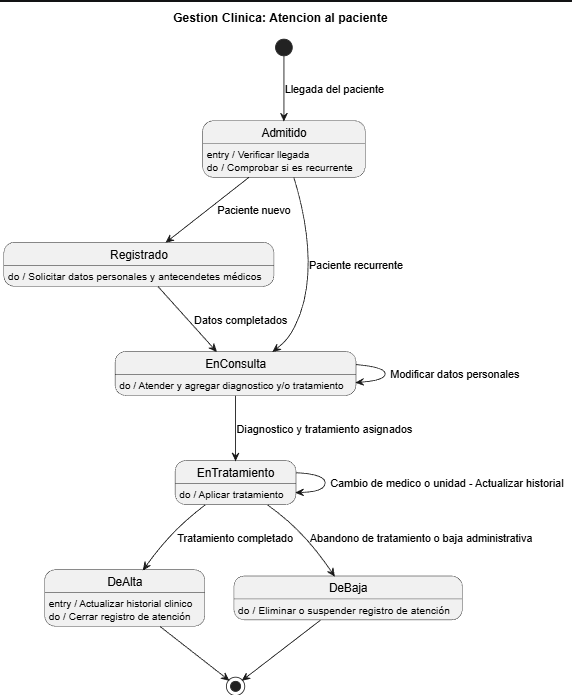
Above: Diagramas/Diagrama de estados/Diagrama_estados.png in ATSUSHINICA/Proyecto (PlantUML), before the change. Its source is kept beside it as Diagramas/Diagrama de estados/Diagrama_estados.plantuml.
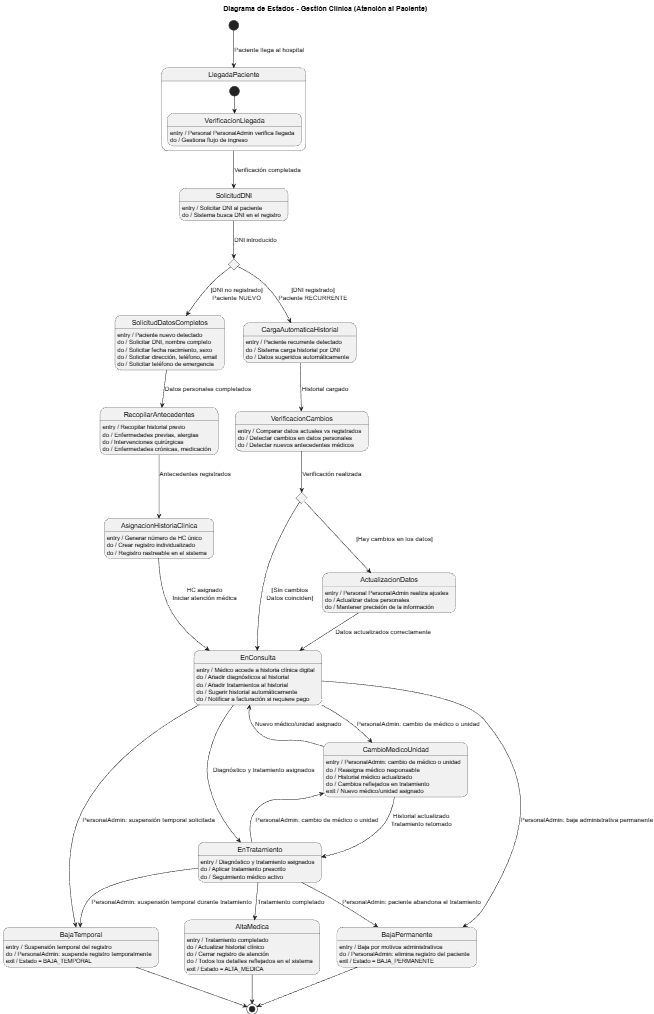
The same file after the commit.

Diff of the diagram source:
```diff
@@ -1,46 +1,173 @@
 @startuml
-title Gestion Clinica: Atencion al paciente
 
-[*] --> Admitido : Llegada del paciente
+title Diagrama de Estados - Gestión Clínica (Atención al Paciente)
 
-state Admitido{
-    Admitido : entry / Verificar llegada
-    Admitido : do / Comprobar si es recurrente
+[*] --> LlegadaPaciente : Paciente llega al hospital
+
+state LlegadaPaciente {
+    [*] --> VerificacionLlegada
+    VerificacionLlegada : entry / Personal PersonalAdmin verifica llegada
+    VerificacionLlegada : do / Gestiona flujo de ingreso
 }
 
-state Registrado{
-    Registrado : do / Solicitar datos personales y antecendetes médicos
+state SolicitudDNI {
+    SolicitudDNI : entry / Solicitar DNI al paciente
+    SolicitudDNI : do / Sistema busca DNI en el registro
 }
 
-state EnConsulta {
-    EnConsulta : do / Atender y agregar diagnostico y/o tratamiento
+LlegadaPaciente --> SolicitudDNI : Verificación completada
+
+state "¿DNI registrado?" as DecisionDNI <<choice>>
+SolicitudDNI --> DecisionDNI : DNI introducido
+
+
+
+state SolicitudDatosCompletos {
+
+    SolicitudDatosCompletos : entry / Paciente nuevo detectado
+    SolicitudDatosCompletos : do / Solicitar DNI, nombre completo
+    SolicitudDatosCompletos : do / Solicitar fecha nacimiento, sexo
+    SolicitudDatosCompletos : do / Solicitar dirección, teléfono, email
+    SolicitudDatosCompletos : do / Solicitar teléfono de emergencia
+
 }
 
-state EnTratamiento {
-    EnTratamiento : do / Aplicar tratamiento
+state RecopilarAntecedentes {
+
+    RecopilarAntecedentes : entry / Recopilar historial previo
+    RecopilarAntecedentes : do / Enfermedades previas, alergias
+    RecopilarAntecedentes : do / Intervenciones quirúrgicas
+    RecopilarAntecedentes : do / Enfermedades crónicas, medicación
+
 }
 
-state DeAlta {
-    DeAlta : entry / Actualizar historial clinico
-    DeAlta : do / Cerrar registro de atención
+state AsignacionHistoriaClinica {
+
+    AsignacionHistoriaClinica : entry / Generar número de HC único
+    AsignacionHistoriaClinica : do / Crear registro individualizado
+    AsignacionHistoriaClinica : do / Registro rastreable en el sistema
+
 }
 
-state DeBaja {
-    DeBaja : do / Eliminar o suspender registro de atención
+DecisionDNI --> SolicitudDatosCompletos : [DNI no registrado]\nPaciente NUEVO
+SolicitudDatosCompletos --> RecopilarAntecedentes : Datos personales completados
+RecopilarAntecedentes --> AsignacionHistoriaClinica : Antecedentes registrados
+
+
+
+state CargaAutomaticaHistorial {
+
+    CargaAutomaticaHistorial : entry / Paciente recurrente detectado
+    CargaAutomaticaHistorial : do / Sistema carga historial por DNI
+    CargaAutomaticaHistorial : do / Datos sugeridos automáticamente
+
 }
 
-Admitido --> Registrado : Paciente nuevo
-Admitido --> EnConsulta : Paciente recurrente
+state VerificacionCambios {
 
-Registrado --> EnConsulta : Datos completados
+    VerificacionCambios : entry / Comparar datos actuales vs registrados
+    VerificacionCambios : do / Detectar cambios en datos personales
+    VerificacionCambios : do / Detectar nuevos antecedentes médicos
 
-EnConsulta --> EnConsulta : Modificar datos personales
-EnConsulta --> EnTratamiento : Diagnostico y tratamiento asignados
+}
 
-EnTratamiento --> EnTratamiento : Cambio de medico o unidad - Actualizar historial
-EnTratamiento --> DeAlta : Tratamiento completado
-EnTratamiento --> DeBaja : Abandono de tratamiento o baja administrativa
+state "¿Hay cambios?" as DecisionCambios <<choice>>
 
-DeAlta --> [*]
-DeBaja --> [*]
+state ActualizacionDatos {
+
+    ActualizacionDatos : entry / Personal PersonalAdmin realiza ajustes
+    ActualizacionDatos : do / Actualizar datos personales
+    ActualizacionDatos : do / Mantener precisión de la información
+
+}
+
+DecisionDNI --> CargaAutomaticaHistorial : [DNI registrado]\nPaciente RECURRENTE
+CargaAutomaticaHistorial --> VerificacionCambios : Historial cargado
+VerificacionCambios --> DecisionCambios : Verificación realizada
+DecisionCambios --> ActualizacionDatos : [Hay cambios en los datos]
+DecisionCambios --> EnConsulta : [Sin cambios\nDatos coinciden]
+ActualizacionDatos --> EnConsulta : Datos actualizados correctamente
+
+
+
+state CambioMedicoUnidad {
+
+    CambioMedicoUnidad : entry / PersonalAdmin: cambio de médico o unidad
+    CambioMedicoUnidad : do / Reasigna médico responsable
+    CambioMedicoUnidad : do / Historial médico actualizado
+    CambioMedicoUnidad : do / Cambios reflejados en tratamiento
+    CambioMedicoUnidad : exit / Nuevo médico/unidad asignado
+
+}
+
+
+
+state EnConsulta {
+
+    EnConsulta : entry / Médico accede a historia clínica digital
+    EnConsulta : do / Añadir diagnósticos al historial
+    EnConsulta : do / Añadir tratamientos al historial
+    EnConsulta : do / Sugerir historial automáticamente
+    EnConsulta : do / Notificar a facturación si requiere pago
+}
+
+AsignacionHistoriaClinica --> EnConsulta : HC asignado\nIniciar atención médica
+
+
+EnConsulta --> CambioMedicoUnidad : PersonalAdmin: cambio de médico o unidad
+CambioMedicoUnidad --> EnConsulta : Nuevo médico/unidad asignado
+
+
+
+state EnTratamiento {
+
+    EnTratamiento : entry / Diagnóstico y tratamiento asignados
+    EnTratamiento : do / Aplicar tratamiento prescrito
+    EnTratamiento : do / Seguimiento médico activo
+
+}
+
+EnConsulta --> EnTratamiento : Diagnóstico y tratamiento asignados
+
+EnTratamiento --> CambioMedicoUnidad : PersonalAdmin: cambio de médico o unidad
+CambioMedicoUnidad --> EnTratamiento : Historial actualizado\nTratamiento retomado
+
+
+
+
+state AltaMedica {
+
+    AltaMedica : entry / Tratamiento completado
+    AltaMedica : do / Actualizar historial clínico
+    AltaMedica : do / Cerrar registro de atención
+    AltaMedica : do / Todos los detalles reflejados en el sistema
+    AltaMedica : exit / Estado = ALTA_MEDICA
+}
+
+state BajaPermanente {
+
+    BajaPermanente : entry / Baja por motivos administrativos
+    BajaPermanente : do / PersonalAdmin: elimina registro del paciente
+    BajaPermanente : exit / Estado = BAJA_PERMANENTE
+
+}
+
+state BajaTemporal {
+
+    BajaTemporal : entry / Suspensión temporal del registro
+    BajaTemporal : do / PersonalAdmin: suspende registro temporalmente
+    BajaTemporal : exit / Estado = BAJA_TEMPORAL
+
+}
+
+EnTratamiento --> AltaMedica : Tratamiento completado
+EnConsulta --> BajaPermanente : PersonalAdmin: baja administrativa permanente
+EnTratamiento --> BajaPermanente : PersonalAdmin: paciente abandona el tratamiento
+EnConsulta --> BajaTemporal : PersonalAdmin: suspensión temporal solicitada
+EnTratamiento --> BajaTemporal : PersonalAdmin: suspensión temporal durante tratamiento
+
+AltaMedica --> [*]
+BajaPermanente --> [*]
+BajaTemporal --> [*]
+
 @enduml
```
